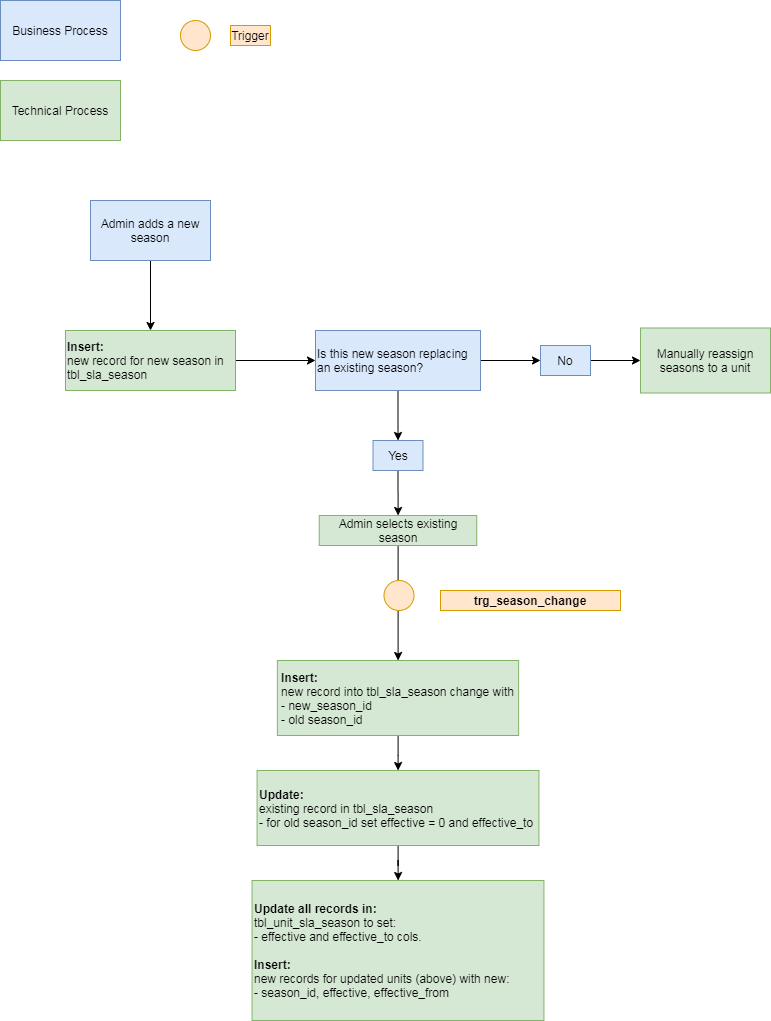
NYC-Parks/SLADB keeps this draw.io diagram as images/trg_season_change.png. Above is the earlier version. Source tidied: cells renumbered, new cells last; positions are measured from the earlier drawing's top-left corner, leaving out a move shared by most shapes. Its diagram source:
```xml
<mxGraphModel>
  <root>
    <mxCell id="0" />
    <mxCell id="1" parent="0" />
    <mxCell id="2" value="Business Process" style="rounded=0;whiteSpace=wrap;html=1;fillColor=#dae8fc;strokeColor=#6c8ebf;" parent="1" vertex="1">
      <mxGeometry width="120" height="60" as="geometry" />
    </mxCell>
    <mxCell id="3" value="Technical Process" style="rounded=0;whiteSpace=wrap;html=1;fillColor=#d5e8d4;strokeColor=#82b366;" parent="1" vertex="1">
      <mxGeometry y="80" width="120" height="60" as="geometry" />
    </mxCell>
    <mxCell id="4" style="ellipse;whiteSpace=wrap;html=1;fillColor=#ffe6cc;strokeColor=#d79b00;" parent="1" vertex="1">
      <mxGeometry x="180" y="20" width="30" height="30" as="geometry" />
    </mxCell>
    <mxCell id="5" value="Trigger" style="text;html=1;strokeColor=#d79b00;fillColor=#ffe6cc;align=center;verticalAlign=middle;whiteSpace=wrap;rounded=0;" parent="1" vertex="1">
      <mxGeometry x="230" y="25" width="40" height="20" as="geometry" />
    </mxCell>
    <mxCell id="6" style="edgeStyle=orthogonalEdgeStyle;rounded=0;jettySize=auto;html=1;" parent="1" edge="1" source="7" target="9">
      <mxGeometry relative="1" as="geometry" />
    </mxCell>
    <mxCell id="7" value="Admin adds a new season" style="rounded=0;whiteSpace=wrap;html=1;fillColor=#dae8fc;strokeColor=#6c8ebf;" parent="1" vertex="1">
      <mxGeometry x="90" y="200" width="120" height="60" as="geometry" />
    </mxCell>
    <mxCell id="8" style="edgeStyle=orthogonalEdgeStyle;rounded=0;jettySize=auto;html=1;" parent="1" edge="1" source="9" target="12">
      <mxGeometry relative="1" as="geometry" />
    </mxCell>
    <mxCell id="9" value="&lt;b&gt;Insert:&lt;/b&gt;&lt;br&gt;new record for new season in tbl_sla_season" style="rounded=0;whiteSpace=wrap;html=1;fillColor=#d5e8d4;strokeColor=#82b366;align=left;" parent="1" vertex="1">
      <mxGeometry x="65" y="330" width="170" height="60" as="geometry" />
    </mxCell>
    <mxCell id="10" style="edgeStyle=orthogonalEdgeStyle;rounded=0;jettySize=auto;html=1;" parent="1" edge="1" source="12" target="23">
      <mxGeometry relative="1" as="geometry" />
    </mxCell>
    <mxCell id="11" style="edgeStyle=orthogonalEdgeStyle;rounded=0;jettySize=auto;html=1;" parent="1" edge="1" source="12" target="14">
      <mxGeometry relative="1" as="geometry" />
    </mxCell>
    <mxCell id="12" value="Is this new season replacing an existing season?" style="rounded=0;whiteSpace=wrap;html=1;fillColor=#dae8fc;strokeColor=#6c8ebf;align=left;" parent="1" vertex="1">
      <mxGeometry x="315" y="330" width="165" height="60" as="geometry" />
    </mxCell>
    <mxCell id="13" style="edgeStyle=orthogonalEdgeStyle;rounded=0;jettySize=auto;html=1;" parent="1" edge="1" source="14" target="16">
      <mxGeometry relative="1" as="geometry" />
    </mxCell>
    <mxCell id="14" value="Yes" style="rounded=0;whiteSpace=wrap;html=1;fillColor=#dae8fc;strokeColor=#6c8ebf;align=center;" parent="1" vertex="1">
      <mxGeometry x="372.5" y="440" width="50" height="30" as="geometry" />
    </mxCell>
    <mxCell id="15" style="edgeStyle=orthogonalEdgeStyle;rounded=0;jettySize=auto;html=1;" parent="1" edge="1" source="16" target="18">
      <mxGeometry relative="1" as="geometry" />
    </mxCell>
    <mxCell id="16" value="Admin selects existing season&lt;br&gt;" style="rounded=0;whiteSpace=wrap;html=1;fillColor=#d5e8d4;strokeColor=#82b366;align=center;" parent="1" vertex="1">
      <mxGeometry x="318.8" y="515" width="157.5" height="30" as="geometry" />
    </mxCell>
    <mxCell id="17" style="edgeStyle=orthogonalEdgeStyle;rounded=0;jettySize=auto;html=1;" parent="1" edge="1" source="18" target="20">
      <mxGeometry relative="1" as="geometry" />
    </mxCell>
    <mxCell id="18" value="&lt;div style=&quot;text-align: left&quot;&gt;&lt;b&gt;Insert:&lt;/b&gt;&lt;/div&gt;&lt;div style=&quot;text-align: left&quot;&gt;&lt;span&gt;new record into tbl_sla_season change with&lt;/span&gt;&lt;/div&gt;&lt;div style=&quot;text-align: left&quot;&gt;&lt;span&gt;- new_season_id&lt;/span&gt;&lt;/div&gt;&lt;div style=&quot;text-align: left&quot;&gt;&lt;span&gt;- old season_id&lt;/span&gt;&lt;/div&gt;" style="rounded=0;whiteSpace=wrap;html=1;fillColor=#d5e8d4;strokeColor=#82b366;align=center;" parent="1" vertex="1">
      <mxGeometry x="276.9" y="660" width="241.2" height="75" as="geometry" />
    </mxCell>
    <mxCell id="19" style="edgeStyle=orthogonalEdgeStyle;rounded=0;jettySize=auto;html=1;" parent="1" edge="1" source="20" target="21">
      <mxGeometry relative="1" as="geometry" />
    </mxCell>
    <mxCell id="20" value="&lt;div&gt;&lt;b&gt;Update:&lt;/b&gt;&lt;/div&gt;&lt;div&gt;existing record in tbl_sla_season&lt;/div&gt;&lt;div&gt;- for old season_id set effective = 0 and effective_to&lt;/div&gt;" style="rounded=0;whiteSpace=wrap;html=1;fillColor=#d5e8d4;strokeColor=#82b366;align=left;" parent="1" vertex="1">
      <mxGeometry x="256.6" y="770" width="281.9" height="75" as="geometry" />
    </mxCell>
    <mxCell id="21" value="&lt;div&gt;&lt;b&gt;Update all records in:&lt;/b&gt;&lt;/div&gt;&lt;div&gt;&lt;span&gt;tbl_unit_sla_season to set:&lt;/span&gt;&lt;br&gt;&lt;/div&gt;&lt;div&gt;&lt;span&gt;- effective and effective_to cols.&lt;/span&gt;&lt;/div&gt;&lt;div&gt;&lt;span&gt;&lt;br&gt;&lt;/span&gt;&lt;/div&gt;&lt;div&gt;&lt;span&gt;&lt;b&gt;Insert:&lt;/b&gt;&lt;/span&gt;&lt;/div&gt;&lt;div&gt;&lt;span&gt;new records for updated units (above) with new:&lt;/span&gt;&lt;/div&gt;&lt;div&gt;&lt;span&gt;- season_id, effective, effective_from&lt;/span&gt;&lt;/div&gt;" style="rounded=0;whiteSpace=wrap;html=1;fillColor=#d5e8d4;strokeColor=#82b366;align=left;" parent="1" vertex="1">
      <mxGeometry x="251.6" y="880" width="291.9" height="140" as="geometry" />
    </mxCell>
    <mxCell id="22" style="edgeStyle=orthogonalEdgeStyle;rounded=0;jettySize=auto;html=1;" parent="1" edge="1" source="23" target="24">
      <mxGeometry relative="1" as="geometry" />
    </mxCell>
    <mxCell id="23" value="No" style="rounded=0;whiteSpace=wrap;html=1;fillColor=#dae8fc;strokeColor=#6c8ebf;align=center;" parent="1" vertex="1">
      <mxGeometry x="540" y="345" width="50" height="30" as="geometry" />
    </mxCell>
    <mxCell id="24" value="Manually reassign seasons to a unit" style="rounded=0;whiteSpace=wrap;html=1;fillColor=#d5e8d4;strokeColor=#82b366;align=center;" parent="1" vertex="1">
      <mxGeometry x="640" y="327.5" width="130" height="65" as="geometry" />
    </mxCell>
    <mxCell id="25" style="ellipse;whiteSpace=wrap;html=1;fillColor=#ffe6cc;strokeColor=#d79b00;" parent="1" vertex="1">
      <mxGeometry x="383.5" y="580" width="30" height="30" as="geometry" />
    </mxCell>
    <mxCell id="26" value="&lt;b&gt;trg_season_change&lt;/b&gt;" style="text;html=1;strokeColor=#d79b00;fillColor=#ffe6cc;align=center;verticalAlign=middle;whiteSpace=wrap;rounded=0;" parent="1" vertex="1">
      <mxGeometry x="440" y="590" width="180" height="20" as="geometry" />
    </mxCell>
  </root>
</mxGraphModel>
```
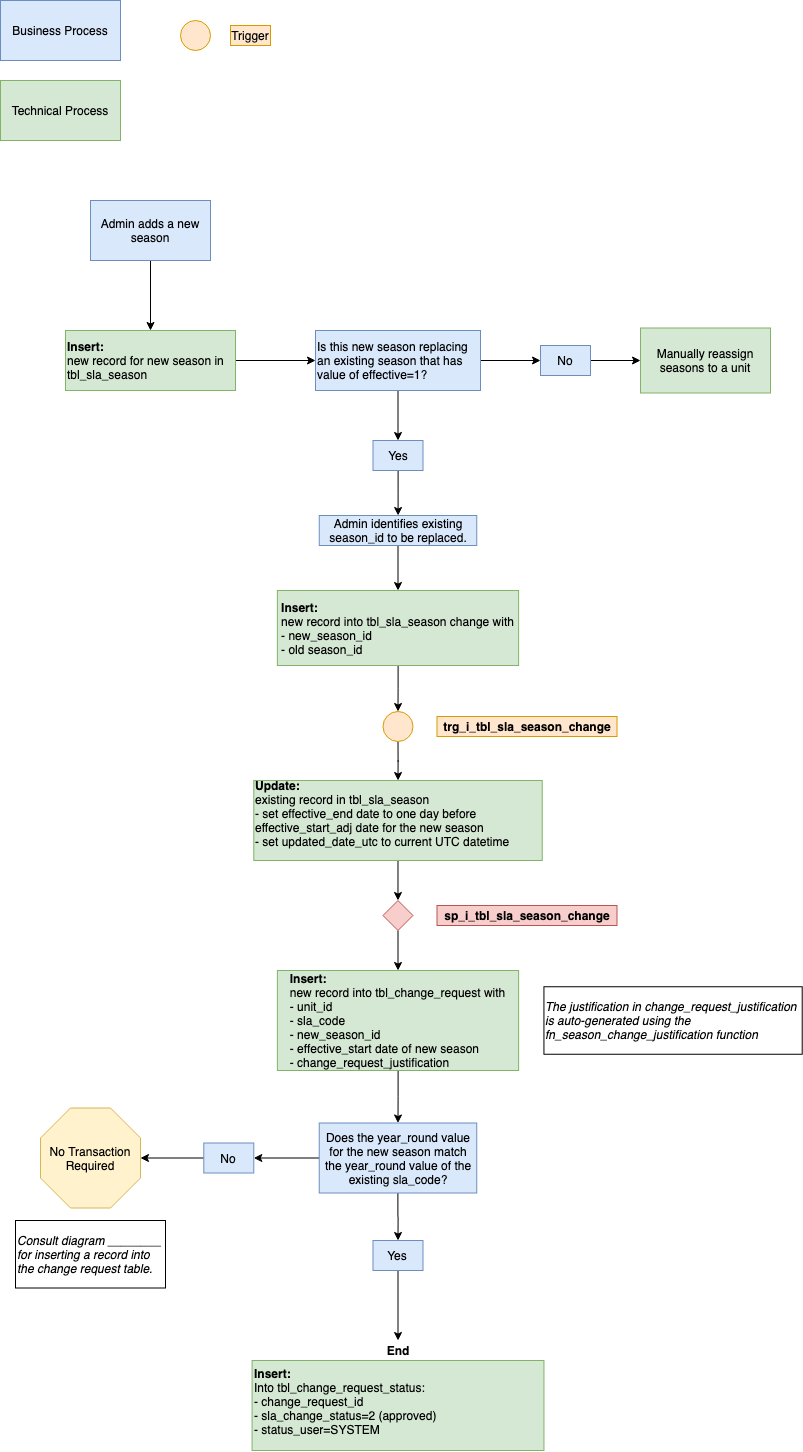
Later version of the same file.

What changed in the source:
```diff
@@ -32,7 +32,7 @@
     <mxCell id="11" style="edgeStyle=orthogonalEdgeStyle;rounded=0;jettySize=auto;html=1;" parent="1" edge="1" source="12" target="14">
       <mxGeometry relative="1" as="geometry" />
     </mxCell>
-    <mxCell id="12" value="Is this new season replacing an existing season?" style="rounded=0;whiteSpace=wrap;html=1;fillColor=#dae8fc;strokeColor=#6c8ebf;align=left;" parent="1" vertex="1">
+    <mxCell id="12" value="Is this new season replacing an existing season that has value of effective=1?" style="rounded=0;whiteSpace=wrap;html=1;fillColor=#dae8fc;strokeColor=#6c8ebf;align=left;" parent="1" vertex="1">
       <mxGeometry x="315" y="330" width="165" height="60" as="geometry" />
     </mxCell>
     <mxCell id="13" style="edgeStyle=orthogonalEdgeStyle;rounded=0;jettySize=auto;html=1;" parent="1" edge="1" source="14" target="16">
@@ -41,26 +41,26 @@
     <mxCell id="14" value="Yes" style="rounded=0;whiteSpace=wrap;html=1;fillColor=#dae8fc;strokeColor=#6c8ebf;align=center;" parent="1" vertex="1">
       <mxGeometry x="372.5" y="440" width="50" height="30" as="geometry" />
     </mxCell>
-    <mxCell id="15" style="edgeStyle=orthogonalEdgeStyle;rounded=0;jettySize=auto;html=1;" parent="1" edge="1" source="16" target="18">
+    <mxCell id="15" style="edgeStyle=orthogonalEdgeStyle;rounded=0;jettySize=auto;html=1;exitX=0.5;exitY=1;exitDx=0;exitDy=0;entryX=0.5;entryY=0;entryDx=0;entryDy=0;" parent="1" edge="1" source="16" target="18">
       <mxGeometry relative="1" as="geometry" />
     </mxCell>
-    <mxCell id="16" value="Admin selects existing season&lt;br&gt;" style="rounded=0;whiteSpace=wrap;html=1;fillColor=#d5e8d4;strokeColor=#82b366;align=center;" parent="1" vertex="1">
+    <mxCell id="16" value="Admin identifies existing season_id to be replaced." style="rounded=0;whiteSpace=wrap;html=1;fillColor=#dae8fc;strokeColor=#6c8ebf;align=center;" parent="1" vertex="1">
       <mxGeometry x="318.8" y="515" width="157.5" height="30" as="geometry" />
     </mxCell>
-    <mxCell id="17" style="edgeStyle=orthogonalEdgeStyle;rounded=0;jettySize=auto;html=1;" parent="1" edge="1" source="18" target="20">
-      <mxGeometry relative="1" as="geometry" />
-    </mxCell>
+    <mxCell id="27" style="edgeStyle=orthogonalEdgeStyle;rounded=0;jettySize=auto;html=1;" parent="1" edge="1" source="18" target="25">
+      <mxGeometry relative="1" as="geometry" />
+    </mxCell>
     <mxCell id="18" value="&lt;div style=&quot;text-align: left&quot;&gt;&lt;b&gt;Insert:&lt;/b&gt;&lt;/div&gt;&lt;div style=&quot;text-align: left&quot;&gt;&lt;span&gt;new record into tbl_sla_season change with&lt;/span&gt;&lt;/div&gt;&lt;div style=&quot;text-align: left&quot;&gt;&lt;span&gt;- new_season_id&lt;/span&gt;&lt;/div&gt;&lt;div style=&quot;text-align: left&quot;&gt;&lt;span&gt;- old season_id&lt;/span&gt;&lt;/div&gt;" style="rounded=0;whiteSpace=wrap;html=1;fillColor=#d5e8d4;strokeColor=#82b366;align=center;" parent="1" vertex="1">
-      <mxGeometry x="276.9" y="660" width="241.2" height="75" as="geometry" />
+      <mxGeometry x="276.9" y="590" width="241.2" height="75" as="geometry" />
     </mxCell>
-    <mxCell id="19" style="edgeStyle=orthogonalEdgeStyle;rounded=0;jettySize=auto;html=1;" parent="1" edge="1" source="20" target="21">
-      <mxGeometry relative="1" as="geometry" />
-    </mxCell>
+    <mxCell id="28" style="edgeStyle=orthogonalEdgeStyle;rounded=0;jettySize=auto;html=1;entryX=0.5;entryY=0;entryDx=0;entryDy=0;" parent="1" edge="1" source="20" target="31">
+      <mxGeometry relative="1" as="geometry" />
+    </mxCell>
-    <mxCell id="20" value="&lt;div&gt;&lt;b&gt;Update:&lt;/b&gt;&lt;/div&gt;&lt;div&gt;existing record in tbl_sla_season&lt;/div&gt;&lt;div&gt;- for old season_id set effective = 0 and effective_to&lt;/div&gt;" style="rounded=0;whiteSpace=wrap;html=1;fillColor=#d5e8d4;strokeColor=#82b366;align=left;" parent="1" vertex="1">
-      <mxGeometry x="256.6" y="770" width="281.9" height="75" as="geometry" />
+    <mxCell id="20" value="&lt;div&gt;&lt;b&gt;Update:&lt;/b&gt;&lt;/div&gt;&lt;div&gt;existing record in tbl_sla_season&lt;/div&gt;&lt;div&gt;- set effective_end date to one day before effective_start_adj date for the new season&lt;/div&gt;&lt;div&gt;- set updated_date_utc to current UTC datetime&amp;nbsp;&lt;/div&gt;&lt;div&gt;&lt;br&gt;&lt;/div&gt;" style="rounded=0;whiteSpace=wrap;html=1;fillColor=#d5e8d4;strokeColor=#82b366;align=left;labelPosition=center;verticalLabelPosition=middle;verticalAlign=middle;" parent="1" vertex="1">
+      <mxGeometry x="253.3" y="780" width="288.4" height="80" as="geometry" />
     </mxCell>
-    <mxCell id="21" value="&lt;div&gt;&lt;b&gt;Update all records in:&lt;/b&gt;&lt;/div&gt;&lt;div&gt;&lt;span&gt;tbl_unit_sla_season to set:&lt;/span&gt;&lt;br&gt;&lt;/div&gt;&lt;div&gt;&lt;span&gt;- effective and effective_to cols.&lt;/span&gt;&lt;/div&gt;&lt;div&gt;&lt;span&gt;&lt;br&gt;&lt;/span&gt;&lt;/div&gt;&lt;div&gt;&lt;span&gt;&lt;b&gt;Insert:&lt;/b&gt;&lt;/span&gt;&lt;/div&gt;&lt;div&gt;&lt;span&gt;new records for updated units (above) with new:&lt;/span&gt;&lt;/div&gt;&lt;div&gt;&lt;span&gt;- season_id, effective, effective_from&lt;/span&gt;&lt;/div&gt;" style="rounded=0;whiteSpace=wrap;html=1;fillColor=#d5e8d4;strokeColor=#82b366;align=left;" parent="1" vertex="1">
-      <mxGeometry x="251.6" y="880" width="291.9" height="140" as="geometry" />
+    <mxCell id="21" value="&lt;div&gt;&lt;b&gt;Insert:&lt;/b&gt;&lt;/div&gt;&lt;div&gt;&lt;span&gt;Into tbl_change_request_status:&lt;/span&gt;&lt;/div&gt;&lt;div&gt;&lt;span&gt;- change_request_id&lt;/span&gt;&lt;/div&gt;&lt;div&gt;&lt;span&gt;- sla_change_status=2 (approved)&lt;/span&gt;&lt;/div&gt;&lt;div&gt;&lt;span&gt;- status_user=SYSTEM&lt;/span&gt;&lt;/div&gt;&lt;div&gt;&lt;span&gt;&lt;br&gt;&lt;/span&gt;&lt;/div&gt;" style="rounded=0;whiteSpace=wrap;html=1;fillColor=#d5e8d4;strokeColor=#82b366;align=left;verticalAlign=top;" parent="1" vertex="1">
+      <mxGeometry x="251.6" y="1360" width="291.9" height="90" as="geometry" />
     </mxCell>
     <mxCell id="22" style="edgeStyle=orthogonalEdgeStyle;rounded=0;jettySize=auto;html=1;" parent="1" edge="1" source="23" target="24">
       <mxGeometry relative="1" as="geometry" />
@@ -71,11 +71,62 @@
     <mxCell id="24" value="Manually reassign seasons to a unit" style="rounded=0;whiteSpace=wrap;html=1;fillColor=#d5e8d4;strokeColor=#82b366;align=center;" parent="1" vertex="1">
       <mxGeometry x="640" y="327.5" width="130" height="65" as="geometry" />
     </mxCell>
+    <mxCell id="29" style="edgeStyle=orthogonalEdgeStyle;rounded=0;jettySize=auto;html=1;entryX=0.5;entryY=0;entryDx=0;entryDy=0;" parent="1" edge="1" source="25" target="20">
+      <mxGeometry relative="1" as="geometry" />
+    </mxCell>
     <mxCell id="25" style="ellipse;whiteSpace=wrap;html=1;fillColor=#ffe6cc;strokeColor=#d79b00;" parent="1" vertex="1">
-      <mxGeometry x="383.5" y="580" width="30" height="30" as="geometry" />
+      <mxGeometry x="382.5" y="711" width="30" height="30" as="geometry" />
     </mxCell>
-    <mxCell id="26" value="&lt;b&gt;trg_season_change&lt;/b&gt;" style="text;html=1;strokeColor=#d79b00;fillColor=#ffe6cc;align=center;verticalAlign=middle;whiteSpace=wrap;rounded=0;" parent="1" vertex="1">
-      <mxGeometry x="440" y="590" width="180" height="20" as="geometry" />
+    <mxCell id="26" value="&lt;b&gt;trg_i_tbl_sla_season_change&lt;/b&gt;" style="text;html=1;strokeColor=#d79b00;fillColor=#ffe6cc;align=center;verticalAlign=middle;whiteSpace=wrap;rounded=0;" parent="1" vertex="1">
+      <mxGeometry x="436.5" y="716" width="180" height="20" as="geometry" />
     </mxCell>
+    <mxCell id="30" style="edgeStyle=orthogonalEdgeStyle;rounded=0;jettySize=auto;html=1;entryX=0.5;entryY=0;entryDx=0;entryDy=0;" parent="1" edge="1" source="31" target="34">
+      <mxGeometry relative="1" as="geometry" />
+    </mxCell>
+    <mxCell id="31" style="rhombus;whiteSpace=wrap;html=1;align=left;fillColor=#f8cecc;strokeColor=#b85450;" parent="1" vertex="1">
+      <mxGeometry x="382.5" y="900" width="30" height="30" as="geometry" />
+    </mxCell>
+    <mxCell id="32" value="&lt;b&gt;sp_i_tbl_sla_season_change&lt;/b&gt;" style="text;html=1;strokeColor=#b85450;fillColor=#f8cecc;align=center;verticalAlign=middle;whiteSpace=wrap;rounded=0;" parent="1" vertex="1">
+      <mxGeometry x="436.5" y="905" width="180" height="20" as="geometry" />
+    </mxCell>
+    <mxCell id="33" style="edgeStyle=orthogonalEdgeStyle;rounded=0;jettySize=auto;html=1;entryX=0.5;entryY=0;entryDx=0;entryDy=0;" parent="1" edge="1" source="34" target="38">
+      <mxGeometry relative="1" as="geometry" />
+    </mxCell>
+    <mxCell id="34" value="&lt;div style=&quot;text-align: left&quot;&gt;&lt;b&gt;Insert:&lt;/b&gt;&lt;/div&gt;&lt;div style=&quot;text-align: left&quot;&gt;&lt;span&gt;new record into tbl_change_request with&lt;/span&gt;&lt;/div&gt;&lt;div style=&quot;text-align: left&quot;&gt;&lt;span&gt;- unit_id&lt;/span&gt;&lt;/div&gt;&lt;div style=&quot;text-align: left&quot;&gt;&lt;span&gt;- sla_code&lt;/span&gt;&lt;/div&gt;&lt;div style=&quot;text-align: left&quot;&gt;&lt;span&gt;-&amp;nbsp;&lt;/span&gt;&lt;span&gt;new_season_id&lt;/span&gt;&lt;/div&gt;&lt;div style=&quot;text-align: left&quot;&gt;- effective_start date of new season&lt;/div&gt;&lt;div style=&quot;text-align: left&quot;&gt;- change_request_justification&lt;/div&gt;" style="rounded=0;whiteSpace=wrap;html=1;fillColor=#d5e8d4;strokeColor=#82b366;align=center;" parent="1" vertex="1">
+      <mxGeometry x="276.9" y="970" width="241.2" height="100" as="geometry" />
+    </mxCell>
+    <mxCell id="35" value="The justification in change_request_justification is auto-generated using the fn_season_change_justification function" style="rounded=0;whiteSpace=wrap;html=1;align=left;fontStyle=2;fillColor=none;" parent="1" vertex="1">
+      <mxGeometry x="543.4" y="986.2" width="258.3" height="67.5" as="geometry" />
+    </mxCell>
+    <mxCell id="36" style="edgeStyle=orthogonalEdgeStyle;rounded=0;jettySize=auto;html=1;entryX=0.5;entryY=0;entryDx=0;entryDy=0;" parent="1" edge="1" source="38" target="41">
+      <mxGeometry relative="1" as="geometry" />
+    </mxCell>
+    <mxCell id="37" style="edgeStyle=orthogonalEdgeStyle;rounded=0;jettySize=auto;html=1;entryX=1;entryY=0.5;entryDx=0;entryDy=0;" parent="1" edge="1" source="38" target="43">
+      <mxGeometry relative="1" as="geometry" />
+    </mxCell>
+    <mxCell id="38" value="Does the year_round value for the new season match the year_round value of the existing sla_code?" style="rounded=0;whiteSpace=wrap;html=1;fillColor=#dae8fc;strokeColor=#6c8ebf;align=center;" parent="1" vertex="1">
+      <mxGeometry x="318.7" y="1122.5" width="157.5" height="70" as="geometry" />
+    </mxCell>
+    <mxCell id="39" value="Consult diagram ________ for inserting a record into the change request table." style="rounded=0;whiteSpace=wrap;html=1;align=left;fontStyle=2;fillColor=none;" parent="1" vertex="1">
+      <mxGeometry x="15" y="1220" width="150" height="67.5" as="geometry" />
+    </mxCell>
+    <mxCell id="40" style="edgeStyle=orthogonalEdgeStyle;rounded=0;jettySize=auto;html=1;entryX=0.5;entryY=0;entryDx=0;entryDy=0;" parent="1" edge="1" source="41" target="45">
+      <mxGeometry relative="1" as="geometry" />
+    </mxCell>
+    <mxCell id="41" value="Yes" style="rounded=0;whiteSpace=wrap;html=1;fillColor=#dae8fc;strokeColor=#6c8ebf;align=center;" parent="1" vertex="1">
+      <mxGeometry x="372.5" y="1240" width="50" height="30" as="geometry" />
+    </mxCell>
+    <mxCell id="42" style="edgeStyle=orthogonalEdgeStyle;rounded=0;jettySize=auto;html=1;entryX=1;entryY=0.5;entryDx=0;entryDy=0;entryPerimeter=0;" parent="1" edge="1" source="43" target="44">
+      <mxGeometry relative="1" as="geometry" />
+    </mxCell>
+    <mxCell id="43" value="No" style="rounded=0;whiteSpace=wrap;html=1;fillColor=#dae8fc;strokeColor=#6c8ebf;align=center;" parent="1" vertex="1">
+      <mxGeometry x="203.3" y="1142.5" width="50" height="30" as="geometry" />
+    </mxCell>
+    <mxCell id="44" value="No Transaction Required" style="whiteSpace=wrap;html=1;shape=mxgraph.basic.octagon2;align=center;verticalAlign=middle;dx=15;fillColor=#fff2cc;strokeColor=#d6b656;" parent="1" vertex="1">
+      <mxGeometry x="40" y="1107.5" width="100" height="100" as="geometry" />
+    </mxCell>
+    <mxCell id="45" value="End" style="text;html=1;strokeColor=none;fillColor=none;align=center;verticalAlign=middle;whiteSpace=wrap;rounded=0;fontStyle=1;" parent="1" vertex="1">
+      <mxGeometry x="377.5" y="1340" width="40" height="20" as="geometry" />
+    </mxCell>
   </root>
 </mxGraphModel>
```
